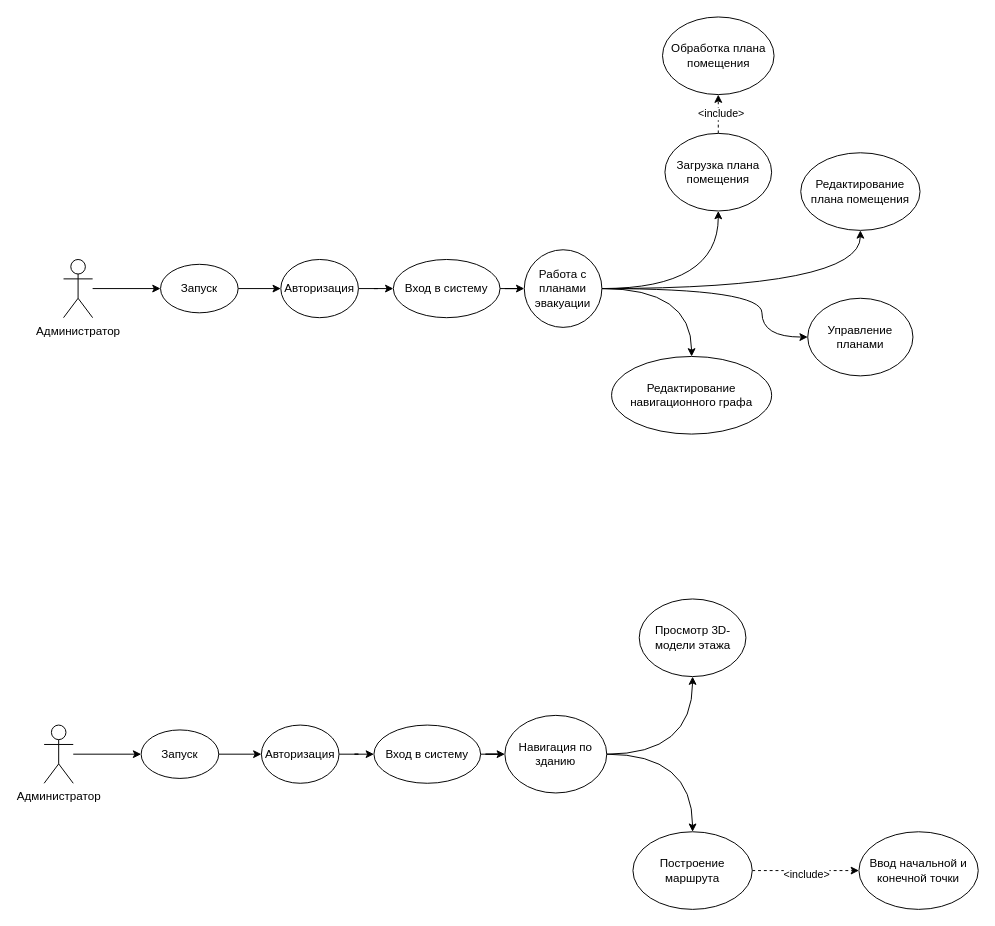
The draw.io diagram usecase_test1.drawio in kapec2303/kartinka, before the edit. Source tidied: cells renumbered, new cells numbered last; positions are measured from the earlier drawing's top-left corner, leaving out a move shared by most shapes. Both pictures are drawn from the tidied source at 97%, with x=0, y=0 at pixel (44, 16).
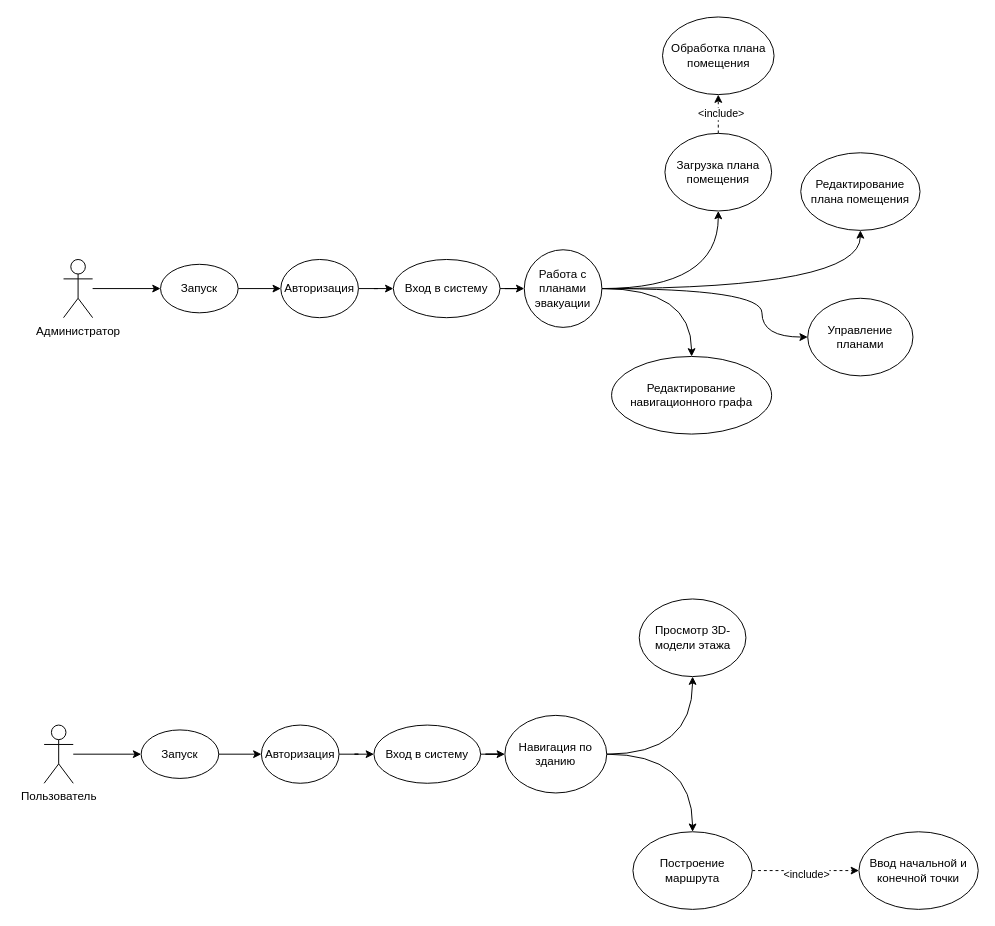
The same diagram, later.

Change to the diagram source:
```diff
@@
-    <mxCell id="23" value="Администратор" style="shape=umlActor;verticalLabelPosition=bottom;verticalAlign=top;html=1;outlineConnect=0;" parent="1" vertex="1">
+    <mxCell id="23" value="Пользователь" style="shape=umlActor;verticalLabelPosition=bottom;verticalAlign=top;html=1;outlineConnect=0;" parent="1" vertex="1">
       <mxGeometry y="730" width="30" height="60" as="geometry" />
     </mxCell>
```
